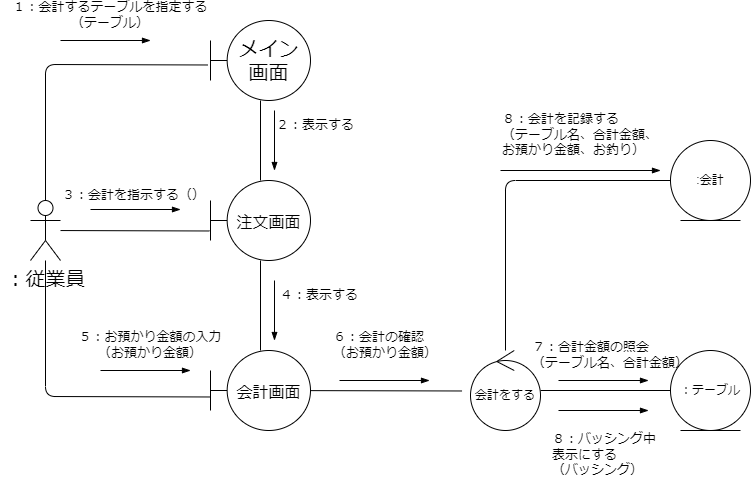
Above: psp4/コミュニケーション図/コミュニケーション図_会計.drawio.png in MasakiHiguchi/--- (draw.io), before the change. Source tidied: cells renumbered, new cells last; positions are measured from the earlier drawing's top-left corner, leaving out a move shared by most shapes.
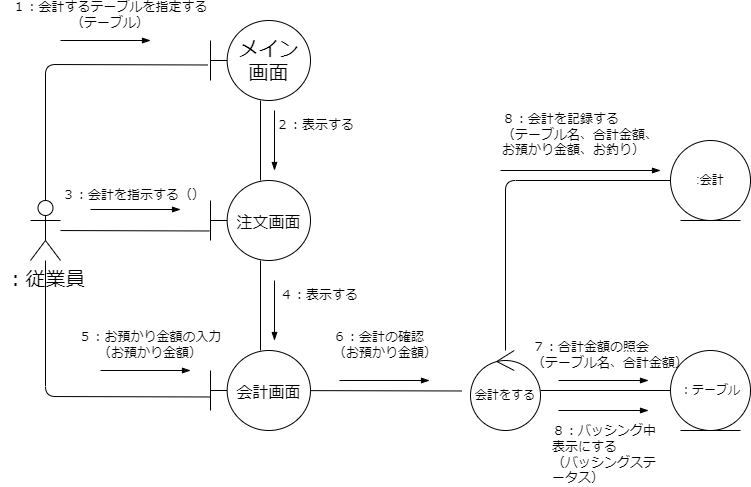
Above is the later version.

Diff of the diagram source:
```diff
@@ -131,7 +131,7 @@
     <mxCell id="32" value="８：会計を記録する&lt;br&gt;（テーブル名、合計金額、お預かり金額、お釣り）" style="text;html=1;strokeColor=none;fillColor=none;align=left;verticalAlign=middle;whiteSpace=wrap;rounded=0;hachureGap=4;fontFamily=Architects Daughter;fontSource=https%3A%2F%2Ffonts.googleapis.com%2Fcss%3Ffamily%3DArchitects%2BDaughter;fontSize=13;" parent="1" vertex="1">
       <mxGeometry x="500" y="120" width="170" height="30" as="geometry" />
     </mxCell>
-    <mxCell id="33" value="８：バッシング中表示にする&lt;br&gt;（バッシング）" style="text;html=1;strokeColor=none;fillColor=none;align=left;verticalAlign=middle;whiteSpace=wrap;rounded=0;hachureGap=4;fontFamily=Architects Daughter;fontSource=https%3A%2F%2Ffonts.googleapis.com%2Fcss%3Ffamily%3DArchitects%2BDaughter;fontSize=13;" parent="1" vertex="1">
+    <mxCell id="33" value="８：バッシング中表示にする&lt;br&gt;（バッシングステータス）" style="text;html=1;strokeColor=none;fillColor=none;align=left;verticalAlign=middle;whiteSpace=wrap;rounded=0;hachureGap=4;fontFamily=Architects Daughter;fontSource=https%3A%2F%2Ffonts.googleapis.com%2Fcss%3Ffamily%3DArchitects%2BDaughter;fontSize=13;" parent="1" vertex="1">
       <mxGeometry x="550" y="440" width="106" height="30" as="geometry" />
     </mxCell>
     <mxCell id="34" style="endArrow=blockThin;html=1;endFill=1;" parent="1" edge="1">
```
